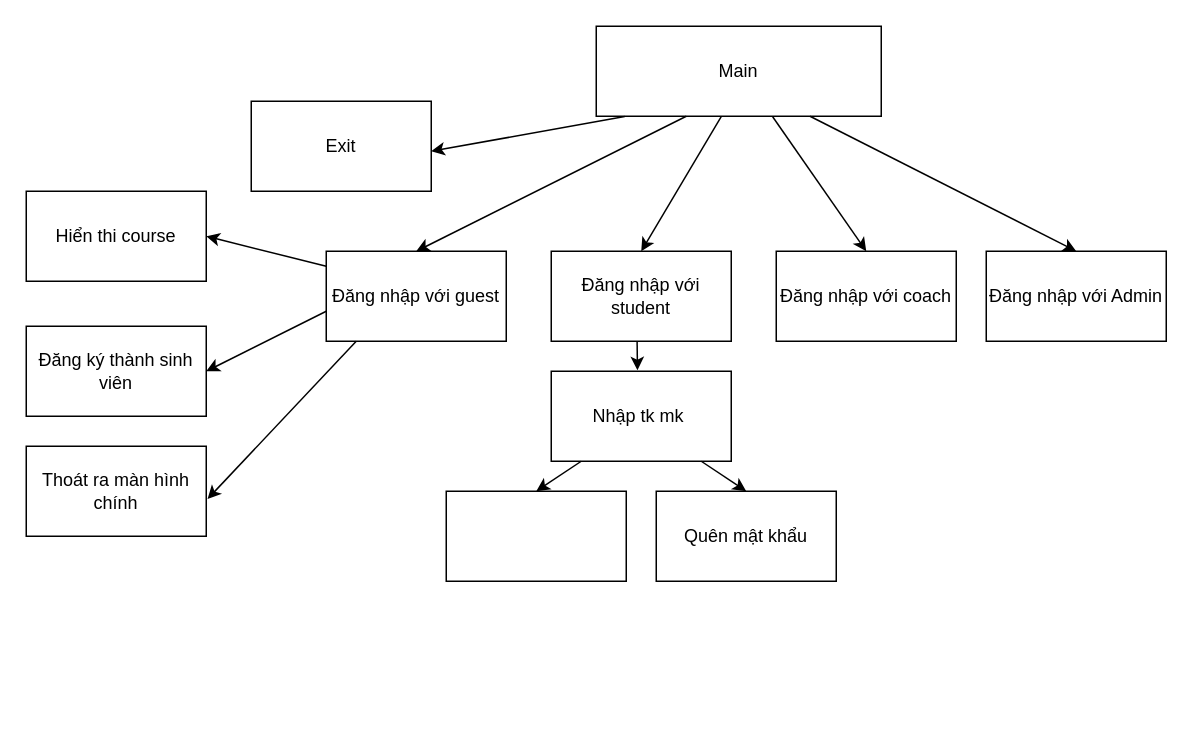
AkaiZed/AkaiZed.github.io keeps this draw.io diagram as Untitled Diagram.drawio. Above is the earlier version. Source tidied: cells renumbered, new cells numbered last; positions are measured from the earlier drawing's top-left corner, leaving out a move shared by most shapes. Both pictures are drawn from the tidied source at 150%, with x=0, y=0 at pixel (26, 26).
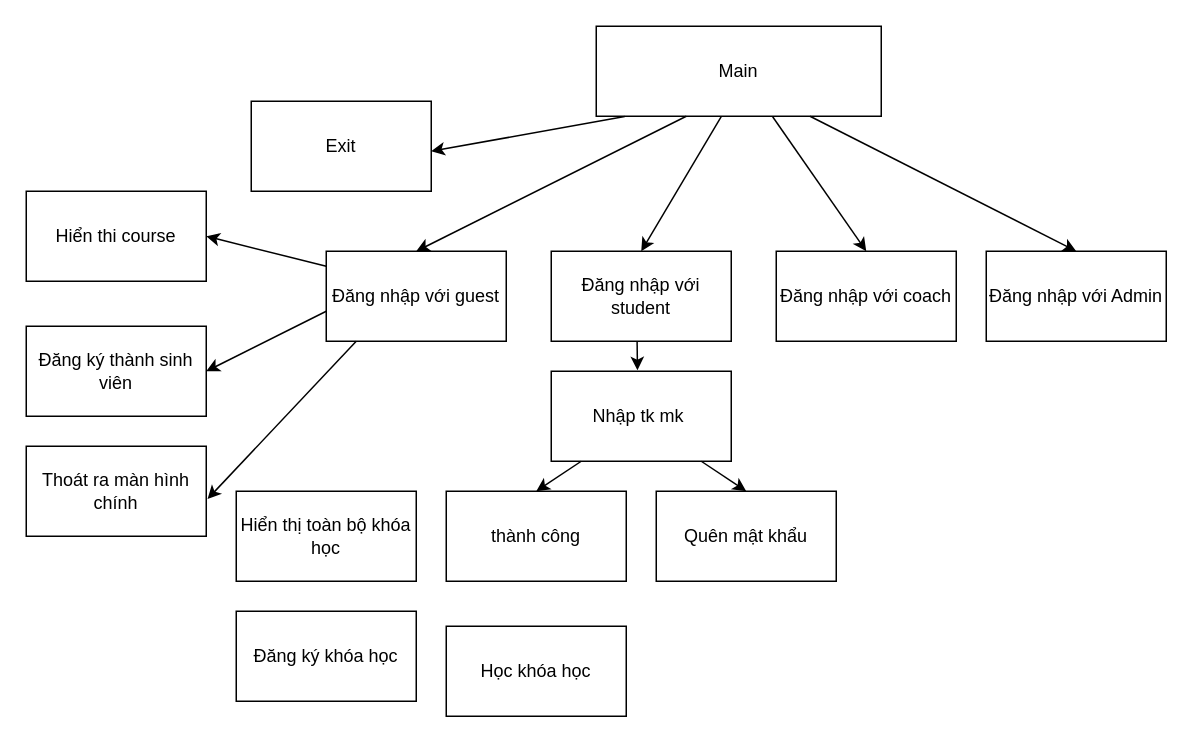
After the change.

What changed in the source:
```diff
@@
-    <mxCell id="20" style="rounded=0;whiteSpace=wrap;html=1;" parent="1" vertex="1">
+    <mxCell id="20" value="thành công" style="rounded=0;whiteSpace=wrap;html=1;" parent="1" vertex="1">
       <mxGeometry x="280" y="310" width="120" height="60" as="geometry" />
     </mxCell>
@@
+    <mxCell id="25" value="Hiển thị toàn bộ khóa học" style="rounded=0;whiteSpace=wrap;html=1;" parent="1" vertex="1">
+      <mxGeometry x="140" y="310" width="120" height="60" as="geometry" />
+    </mxCell>
+    <mxCell id="26" value="Đăng ký khóa học" style="rounded=0;whiteSpace=wrap;html=1;" parent="1" vertex="1">
+      <mxGeometry x="140" y="390" width="120" height="60" as="geometry" />
+    </mxCell>
+    <mxCell id="27" value="Học khóa học" style="rounded=0;whiteSpace=wrap;html=1;" parent="1" vertex="1">
+      <mxGeometry x="280" y="400" width="120" height="60" as="geometry" />
+    </mxCell>
```
